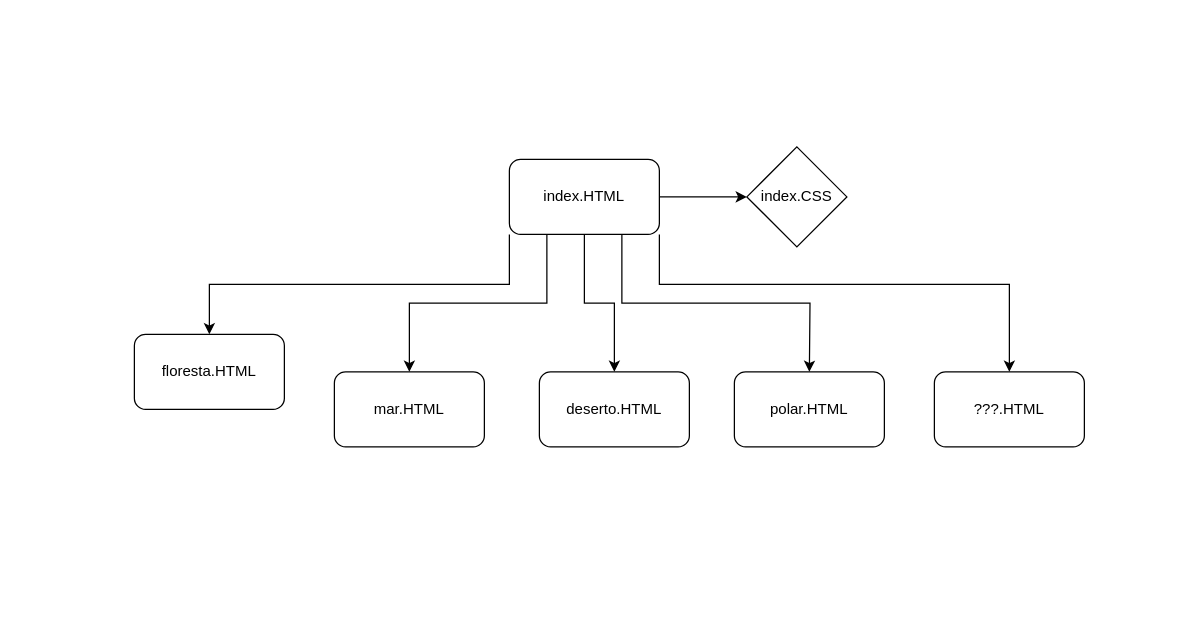
rafaelsaboiad/storyApp keeps this draw.io diagram as Diagrama sem nome.drawio. Above is the earlier version. Source tidied: cells renumbered, new cells numbered last; positions are measured from the earlier drawing's top-left corner, leaving out a move shared by most shapes. Both pictures are drawn from the tidied source at 125%, with x=0, y=0 at pixel (134, 146).
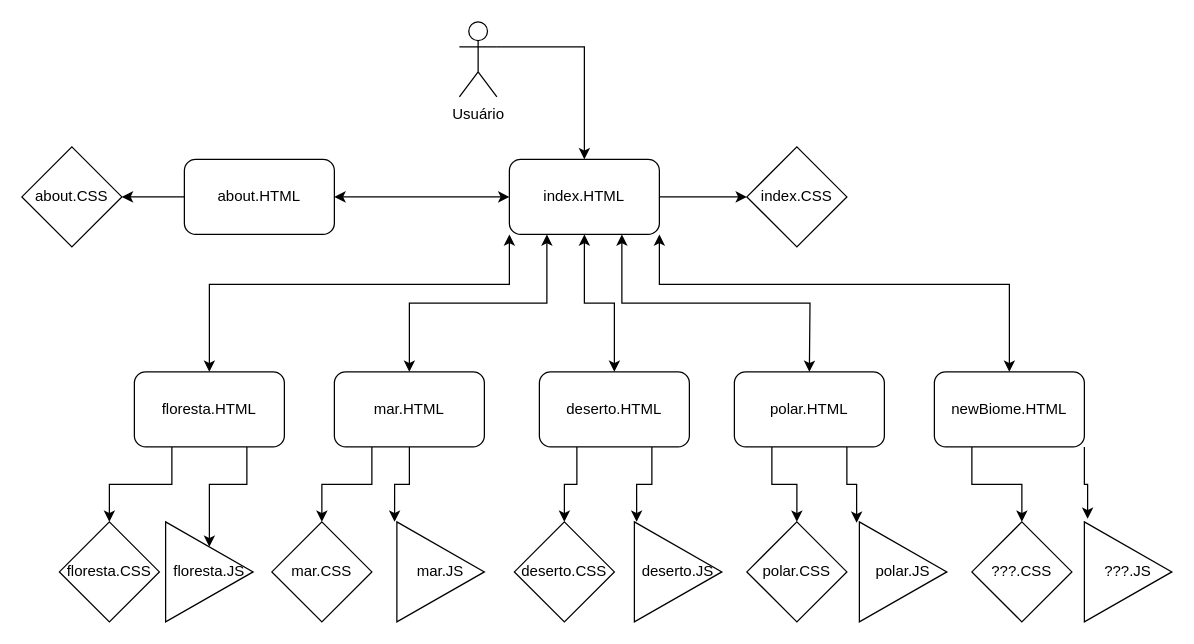
After the change.

The change refers to these unchanged cells:
```xml
<mxCell id="8" value="index.HTML" style="rounded=1;whiteSpace=wrap;html=1;" parent="1" vertex="1">
  <mxGeometry x="300" y="10" width="120" height="60" as="geometry" />
</mxCell>
<mxCell id="11" value="mar.HTML" style="rounded=1;whiteSpace=wrap;html=1;" parent="1" vertex="1">
  <mxGeometry x="160" y="180" width="120" height="60" as="geometry" />
</mxCell>
<mxCell id="12" value="deserto.HTML" style="rounded=1;whiteSpace=wrap;html=1;" parent="1" vertex="1">
  <mxGeometry x="324" y="180" width="120" height="60" as="geometry" />
</mxCell>
<mxCell id="13" value="polar.HTML" style="rounded=1;whiteSpace=wrap;html=1;" parent="1" vertex="1">
  <mxGeometry x="480" y="180" width="120" height="60" as="geometry" />
</mxCell>
```

The edit, as a diff of the source:
```diff
@@
-    <mxCell id="3" style="edgeStyle=orthogonalEdgeStyle;rounded=0;jettySize=auto;html=1;exitX=0;exitY=1;exitDx=0;exitDy=0;entryX=0.5;entryY=0;entryDx=0;entryDy=0;" parent="1" edge="1" source="8" target="10">
+    <mxCell id="3" style="edgeStyle=orthogonalEdgeStyle;rounded=0;jettySize=auto;html=1;exitX=0;exitY=1;exitDx=0;exitDy=0;entryX=0.5;entryY=0;entryDx=0;entryDy=0;startArrow=classic;startFill=1;" parent="1" edge="1" source="8" target="10">
       <mxGeometry relative="1" as="geometry">
         <Array as="points">
           <mxPoint x="300" y="110" />
           <mxPoint x="60" y="110" />
         </Array>
       </mxGeometry>
     </mxCell>
-    <mxCell id="4" style="edgeStyle=orthogonalEdgeStyle;rounded=0;jettySize=auto;html=1;exitX=0.25;exitY=1;exitDx=0;exitDy=0;entryX=0.5;entryY=0;entryDx=0;entryDy=0;" parent="1" edge="1" source="8" target="11">
+    <mxCell id="4" style="edgeStyle=orthogonalEdgeStyle;rounded=0;jettySize=auto;html=1;exitX=0.25;exitY=1;exitDx=0;exitDy=0;entryX=0.5;entryY=0;entryDx=0;entryDy=0;startArrow=classic;startFill=1;" parent="1" edge="1" source="8" target="11">
       <mxGeometry relative="1" as="geometry">
         <Array as="points">
           <mxPoint x="330" y="125" />
           <mxPoint x="220" y="125" />
         </Array>
       </mxGeometry>
     </mxCell>
-    <mxCell id="5" style="edgeStyle=orthogonalEdgeStyle;rounded=0;jettySize=auto;html=1;exitX=0.5;exitY=1;exitDx=0;exitDy=0;entryX=0.5;entryY=0;entryDx=0;entryDy=0;" parent="1" edge="1" source="8" target="12">
+    <mxCell id="5" style="edgeStyle=orthogonalEdgeStyle;rounded=0;jettySize=auto;html=1;exitX=0.5;exitY=1;exitDx=0;exitDy=0;entryX=0.5;entryY=0;entryDx=0;entryDy=0;startArrow=classic;startFill=1;" parent="1" edge="1" source="8" target="12">
       <mxGeometry relative="1" as="geometry" />
     </mxCell>
-    <mxCell id="6" style="edgeStyle=orthogonalEdgeStyle;rounded=0;jettySize=auto;html=1;exitX=0.75;exitY=1;exitDx=0;exitDy=0;" parent="1" edge="1" source="8">
+    <mxCell id="6" style="edgeStyle=orthogonalEdgeStyle;rounded=0;jettySize=auto;html=1;exitX=0.75;exitY=1;exitDx=0;exitDy=0;startArrow=classic;startFill=1;" parent="1" edge="1" source="8">
       <mxGeometry relative="1" as="geometry">
         <mxPoint x="540" y="180" as="targetPoint" />
       </mxGeometry>
     </mxCell>
-    <mxCell id="7" style="edgeStyle=orthogonalEdgeStyle;rounded=0;jettySize=auto;html=1;exitX=1;exitY=1;exitDx=0;exitDy=0;entryX=0.5;entryY=0;entryDx=0;entryDy=0;" parent="1" edge="1" source="8" target="14">
+    <mxCell id="7" style="edgeStyle=orthogonalEdgeStyle;rounded=0;jettySize=auto;html=1;exitX=1;exitY=1;exitDx=0;exitDy=0;entryX=0.5;entryY=0;entryDx=0;entryDy=0;startArrow=classic;startFill=1;" parent="1" edge="1" source="8" target="14">
       <mxGeometry relative="1" as="geometry">
         <Array as="points">
           <mxPoint x="420" y="110" />
           <mxPoint x="700" y="110" />
         </Array>
       </mxGeometry>
     </mxCell>
+    <mxCell id="15" style="edgeStyle=orthogonalEdgeStyle;rounded=0;jettySize=auto;html=1;exitX=0;exitY=0.5;exitDx=0;exitDy=0;entryX=1;entryY=0.5;entryDx=0;entryDy=0;startArrow=classic;startFill=1;" parent="1" edge="1" source="8" target="39">
+      <mxGeometry relative="1" as="geometry" />
+    </mxCell>
@@
+    <mxCell id="16" style="edgeStyle=orthogonalEdgeStyle;rounded=0;jettySize=auto;html=1;exitX=0.25;exitY=1;exitDx=0;exitDy=0;entryX=0.5;entryY=0;entryDx=0;entryDy=0;" parent="1" edge="1" source="10" target="28">
+      <mxGeometry relative="1" as="geometry" />
+    </mxCell>
+    <mxCell id="17" style="edgeStyle=orthogonalEdgeStyle;rounded=0;jettySize=auto;html=1;exitX=0.75;exitY=1;exitDx=0;exitDy=0;entryX=0.5;entryY=0;entryDx=0;entryDy=0;" parent="1" edge="1" source="10" target="33">
+      <mxGeometry relative="1" as="geometry" />
+    </mxCell>
     <mxCell id="10" value="floresta.HTML" style="rounded=1;whiteSpace=wrap;html=1;" parent="1" vertex="1">
-      <mxGeometry y="150" width="120" height="60" as="geometry" />
+      <mxGeometry y="180" width="120" height="60" as="geometry" />
     </mxCell>
+    <mxCell id="18" style="edgeStyle=orthogonalEdgeStyle;rounded=0;jettySize=auto;html=1;exitX=0.5;exitY=1;exitDx=0;exitDy=0;entryX=-0.026;entryY=0;entryDx=0;entryDy=0;entryPerimeter=0;" parent="1" edge="1" source="11" target="34">
+      <mxGeometry relative="1" as="geometry" />
+    </mxCell>
+    <mxCell id="19" style="edgeStyle=orthogonalEdgeStyle;rounded=0;jettySize=auto;html=1;exitX=0.25;exitY=1;exitDx=0;exitDy=0;startArrow=none;startFill=0;entryX=0.5;entryY=0;entryDx=0;entryDy=0;" parent="1" edge="1" source="11" target="29">
+      <mxGeometry relative="1" as="geometry" />
+    </mxCell>
@@
+    <mxCell id="20" style="edgeStyle=orthogonalEdgeStyle;rounded=0;jettySize=auto;html=1;exitX=0.25;exitY=1;exitDx=0;exitDy=0;entryX=0.5;entryY=0;entryDx=0;entryDy=0;" parent="1" edge="1" source="12" target="30">
+      <mxGeometry relative="1" as="geometry" />
+    </mxCell>
+    <mxCell id="21" style="edgeStyle=orthogonalEdgeStyle;rounded=0;jettySize=auto;html=1;exitX=0.75;exitY=1;exitDx=0;exitDy=0;entryX=0.026;entryY=0;entryDx=0;entryDy=0;entryPerimeter=0;" parent="1" edge="1" source="12" target="35">
+      <mxGeometry relative="1" as="geometry" />
+    </mxCell>
@@
+    <mxCell id="22" style="edgeStyle=orthogonalEdgeStyle;rounded=0;jettySize=auto;html=1;exitX=0.25;exitY=1;exitDx=0;exitDy=0;entryX=0.5;entryY=0;entryDx=0;entryDy=0;" parent="1" edge="1" source="13" target="31">
+      <mxGeometry relative="1" as="geometry" />
+    </mxCell>
+    <mxCell id="23" style="edgeStyle=orthogonalEdgeStyle;rounded=0;jettySize=auto;html=1;exitX=0.75;exitY=1;exitDx=0;exitDy=0;entryX=-0.031;entryY=0.01;entryDx=0;entryDy=0;entryPerimeter=0;" parent="1" edge="1" source="13" target="36">
+      <mxGeometry relative="1" as="geometry" />
+    </mxCell>
@@
+    <mxCell id="24" style="edgeStyle=orthogonalEdgeStyle;rounded=0;jettySize=auto;html=1;exitX=0.25;exitY=1;exitDx=0;exitDy=0;entryX=0.5;entryY=0;entryDx=0;entryDy=0;" parent="1" edge="1" source="14" target="32">
+      <mxGeometry relative="1" as="geometry" />
+    </mxCell>
+    <mxCell id="25" style="edgeStyle=orthogonalEdgeStyle;rounded=0;jettySize=auto;html=1;exitX=1;exitY=1;exitDx=0;exitDy=0;entryX=0.037;entryY=-0.03;entryDx=0;entryDy=0;entryPerimeter=0;" parent="1" edge="1" source="14" target="37">
+      <mxGeometry relative="1" as="geometry" />
+    </mxCell>
-    <mxCell id="14" value="???.HTML" style="rounded=1;whiteSpace=wrap;html=1;" parent="1" vertex="1">
+    <mxCell id="14" value="newBiome.HTML" style="rounded=1;whiteSpace=wrap;html=1;" parent="1" vertex="1">
       <mxGeometry x="640" y="180" width="120" height="60" as="geometry" />
     </mxCell>
+    <mxCell id="26" style="edgeStyle=orthogonalEdgeStyle;rounded=0;jettySize=auto;html=1;exitX=1;exitY=0.3333333333333333;exitDx=0;exitDy=0;exitPerimeter=0;entryX=0.5;entryY=0;entryDx=0;entryDy=0;" parent="1" edge="1" source="27" target="8">
+      <mxGeometry relative="1" as="geometry" />
+    </mxCell>
+    <mxCell id="27" value="Usuário" style="shape=umlActor;verticalLabelPosition=bottom;verticalAlign=top;html=1;outlineConnect=0;" parent="1" vertex="1">
+      <mxGeometry x="260" y="-100" width="30" height="60" as="geometry" />
+    </mxCell>
+    <mxCell id="28" value="floresta.CSS" style="rhombus;whiteSpace=wrap;html=1;" parent="1" vertex="1">
+      <mxGeometry x="-60" y="300" width="80" height="80" as="geometry" />
+    </mxCell>
+    <mxCell id="29" value="mar.CSS" style="rhombus;whiteSpace=wrap;html=1;" parent="1" vertex="1">
+      <mxGeometry x="110" y="300" width="80" height="80" as="geometry" />
+    </mxCell>
+    <mxCell id="30" value="deserto.CSS" style="rhombus;whiteSpace=wrap;html=1;" parent="1" vertex="1">
+      <mxGeometry x="304" y="300" width="80" height="80" as="geometry" />
+    </mxCell>
+    <mxCell id="31" value="polar.CSS" style="rhombus;whiteSpace=wrap;html=1;" parent="1" vertex="1">
+      <mxGeometry x="490" y="300" width="80" height="80" as="geometry" />
+    </mxCell>
+    <mxCell id="32" value="???.CSS" style="rhombus;whiteSpace=wrap;html=1;" parent="1" vertex="1">
+      <mxGeometry x="670" y="300" width="80" height="80" as="geometry" />
+    </mxCell>
+    <mxCell id="33" value="floresta.JS" style="triangle;whiteSpace=wrap;html=1;" parent="1" vertex="1">
+      <mxGeometry x="25" y="300" width="70" height="80" as="geometry" />
+    </mxCell>
+    <mxCell id="34" value="mar.JS" style="triangle;whiteSpace=wrap;html=1;" parent="1" vertex="1">
+      <mxGeometry x="210" y="300" width="70" height="80" as="geometry" />
+    </mxCell>
+    <mxCell id="35" value="deserto.JS" style="triangle;whiteSpace=wrap;html=1;" parent="1" vertex="1">
+      <mxGeometry x="400" y="300" width="70" height="80" as="geometry" />
+    </mxCell>
+    <mxCell id="36" value="polar.JS" style="triangle;whiteSpace=wrap;html=1;" parent="1" vertex="1">
+      <mxGeometry x="580" y="300" width="70" height="80" as="geometry" />
+    </mxCell>
+    <mxCell id="37" value="???.JS" style="triangle;whiteSpace=wrap;html=1;" parent="1" vertex="1">
+      <mxGeometry x="760" y="300" width="70" height="80" as="geometry" />
+    </mxCell>
+    <mxCell id="38" style="edgeStyle=orthogonalEdgeStyle;rounded=0;jettySize=auto;html=1;exitX=0;exitY=0.5;exitDx=0;exitDy=0;entryX=1;entryY=0.5;entryDx=0;entryDy=0;" parent="1" edge="1" source="39" target="40">
+      <mxGeometry relative="1" as="geometry" />
+    </mxCell>
+    <mxCell id="39" value="about.HTML" style="rounded=1;whiteSpace=wrap;html=1;" parent="1" vertex="1">
+      <mxGeometry x="40" y="10" width="120" height="60" as="geometry" />
+    </mxCell>
+    <mxCell id="40" value="about.CSS" style="rhombus;whiteSpace=wrap;html=1;" parent="1" vertex="1">
+      <mxGeometry x="-90" width="80" height="80" as="geometry" />
+    </mxCell>
```
